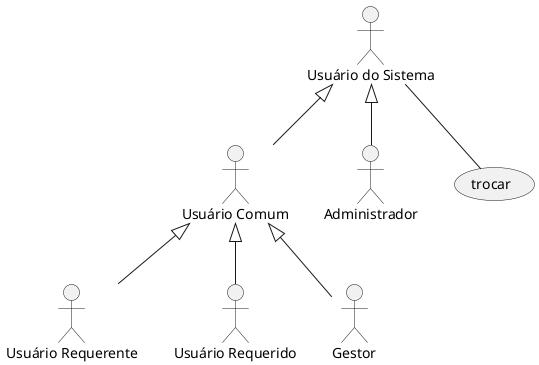
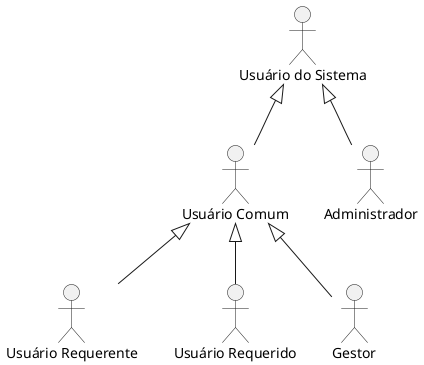
@startuml

:Usuário do Sistema: as UdS
:Usuário Comum: as UC
:Usuário Requerente: as Uente
:Usuário Requerido: as Uido
:Administrador: as Admin
:Gestor:

UdS <|-- UC
UC <|-- Uente
UC <|-- Uido
UC <|-- Gestor
UdS <|-- Admin

- UdS -- (trocar)
- 

@enduml